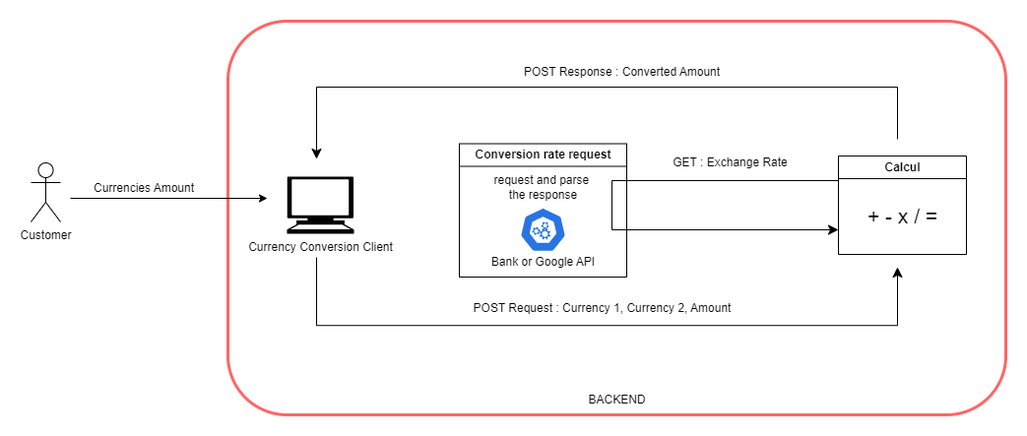
This is Documentation/CurrencyConverter_Diagram.png from omayma-el/Converting-Microservice, a draw.io export, as it was before one commit. Source tidied: cells renumbered, new cells last; positions are measured from the earlier drawing's top-left corner, leaving out a move shared by most shapes. Source of this version:
```xml
<mxGraphModel>
  <root>
    <mxCell id="0" />
    <mxCell id="1" parent="0" />
    <mxCell id="2" style="rounded=1;whiteSpace=wrap;html=1;strokeColor=#FF6666;fillColor=none;strokeWidth=3;" parent="1" vertex="1">
      <mxGeometry x="200" width="790" height="400" as="geometry" />
    </mxCell>
    <mxCell id="3" value="Customer&lt;div&gt;&lt;br&gt;&lt;/div&gt;" style="shape=umlActor;verticalLabelPosition=bottom;verticalAlign=top;html=1;" parent="1" vertex="1">
      <mxGeometry y="144" width="30" height="60" as="geometry" />
    </mxCell>
    <mxCell id="4" value="Calcul" style="swimlane;html=1;" parent="1" vertex="1">
      <mxGeometry x="820" y="137" width="130" height="100" as="geometry" />
    </mxCell>
    <mxCell id="5" value="&lt;font style=&quot;font-size: 21px;&quot;&gt;+ - x / =&lt;/font&gt;" style="text;html=1;align=center;verticalAlign=middle;strokeColor=none;fillColor=none;" parent="4" vertex="1">
      <mxGeometry x="20" y="40.6" width="90" height="40" as="geometry" />
    </mxCell>
    <mxCell id="6" value="Conversion rate request" style="swimlane;html=1;" parent="1" vertex="1">
      <mxGeometry x="435" y="124.5" width="170" height="135.5" as="geometry" />
    </mxCell>
    <mxCell id="7" style="sketch=0;html=1;dashed=0;whitespace=wrap;verticalLabelPosition=bottom;verticalAlign=top;fillColor=#2875E2;strokeColor=#ffffff;shape=mxgraph.kubernetes.icon2;prIcon=api;" parent="6" vertex="1">
      <mxGeometry x="61.3" y="64.7" width="47.3" height="45.4" as="geometry" />
    </mxCell>
    <mxCell id="8" value="Bank or Google API" style="text;html=1;align=center;verticalAlign=middle;strokeColor=none;fillColor=none;" parent="6" vertex="1">
      <mxGeometry x="20" y="105.5" width="130" height="30" as="geometry" />
    </mxCell>
    <mxCell id="9" value="request and parse&amp;nbsp;&lt;div&gt;the response&lt;/div&gt;" style="text;html=1;align=center;verticalAlign=middle;strokeColor=none;fillColor=none;" parent="6" vertex="1">
      <mxGeometry x="25" y="24.7" width="120" height="40" as="geometry" />
    </mxCell>
    <mxCell id="10" style="edgeStyle=elbowEdgeStyle;elbow=vertical;endArrow=classic;html=1;curved=0;rounded=0;endSize=8;startSize=8;" parent="1" edge="1">
      <mxGeometry relative="1" as="geometry">
        <mxPoint x="290" y="240" as="sourcePoint" />
        <mxPoint x="880" y="250" as="targetPoint" />
        <Array as="points">
          <mxPoint x="438" y="309.2" />
        </Array>
      </mxGeometry>
    </mxCell>
    <mxCell id="11" value="POST Request : Currency 1, Currency 2, Amount" style="text;html=1;align=center;verticalAlign=middle;strokeColor=none;fillColor=none;" parent="1" vertex="1">
      <mxGeometry x="435" y="277.2" width="290" height="30" as="geometry" />
    </mxCell>
    <mxCell id="12" style="edgeStyle=elbowEdgeStyle;elbow=vertical;endArrow=classic;html=1;curved=0;rounded=0;endSize=8;startSize=8;" parent="1" edge="1">
      <mxGeometry relative="1" as="geometry">
        <mxPoint x="880" y="120" as="sourcePoint" />
        <mxPoint x="290" y="140" as="targetPoint" />
        <Array as="points">
          <mxPoint x="478" y="67" />
        </Array>
      </mxGeometry>
    </mxCell>
    <mxCell id="13" value="POST Response : Converted Amount" style="text;html=1;align=center;verticalAlign=middle;strokeColor=none;fillColor=none;shadow=1;" parent="1" vertex="1">
      <mxGeometry x="490" y="37" width="220" height="30" as="geometry" />
    </mxCell>
    <mxCell id="14" value="Currency Conversion Client" style="shape=mxgraph.signs.tech.computer;html=1;fillColor=#000000;strokeColor=none;verticalLabelPosition=bottom;verticalAlign=top;align=center;" parent="1" vertex="1">
      <mxGeometry x="260" y="158" width="68" height="58" as="geometry" />
    </mxCell>
    <mxCell id="15" value="BACKEND" style="text;html=1;align=center;verticalAlign=middle;strokeColor=none;fillColor=none;" parent="1" vertex="1">
      <mxGeometry x="555" y="370" width="80" height="30" as="geometry" />
    </mxCell>
    <mxCell id="16" style="edgeStyle=elbowEdgeStyle;elbow=vertical;endArrow=classic;html=1;curved=0;rounded=0;endSize=8;startSize=8;exitX=0;exitY=0.25;exitDx=0;exitDy=0;entryX=0;entryY=0.75;entryDx=0;entryDy=0;" parent="1" edge="1" source="4" target="4">
      <mxGeometry relative="1" as="geometry">
        <Array as="points">
          <mxPoint x="590" y="187" />
          <mxPoint x="630" y="200" />
        </Array>
      </mxGeometry>
    </mxCell>
    <mxCell id="17" value="GET : Exchange Rate" style="text;html=1;align=center;verticalAlign=middle;strokeColor=none;fillColor=none;" parent="1" vertex="1">
      <mxGeometry x="640" y="129" width="140" height="30" as="geometry" />
    </mxCell>
    <mxCell id="18" style="endArrow=classic;html=1;rounded=0;" parent="1" edge="1">
      <mxGeometry relative="1" as="geometry">
        <mxPoint x="40" y="180" as="sourcePoint" />
        <mxPoint x="240" y="180" as="targetPoint" />
      </mxGeometry>
    </mxCell>
    <mxCell id="19" value="&lt;span style=&quot;text-wrap: nowrap;&quot;&gt;Currencies&amp;nbsp;&lt;/span&gt;&lt;span style=&quot;background-color: initial; text-wrap: nowrap;&quot;&gt;Amount&lt;/span&gt;" style="text;html=1;align=center;verticalAlign=middle;whiteSpace=wrap;rounded=0;" parent="1" vertex="1">
      <mxGeometry x="60" y="137" width="110" height="65.5" as="geometry" />
    </mxCell>
  </root>
</mxGraphModel>
```
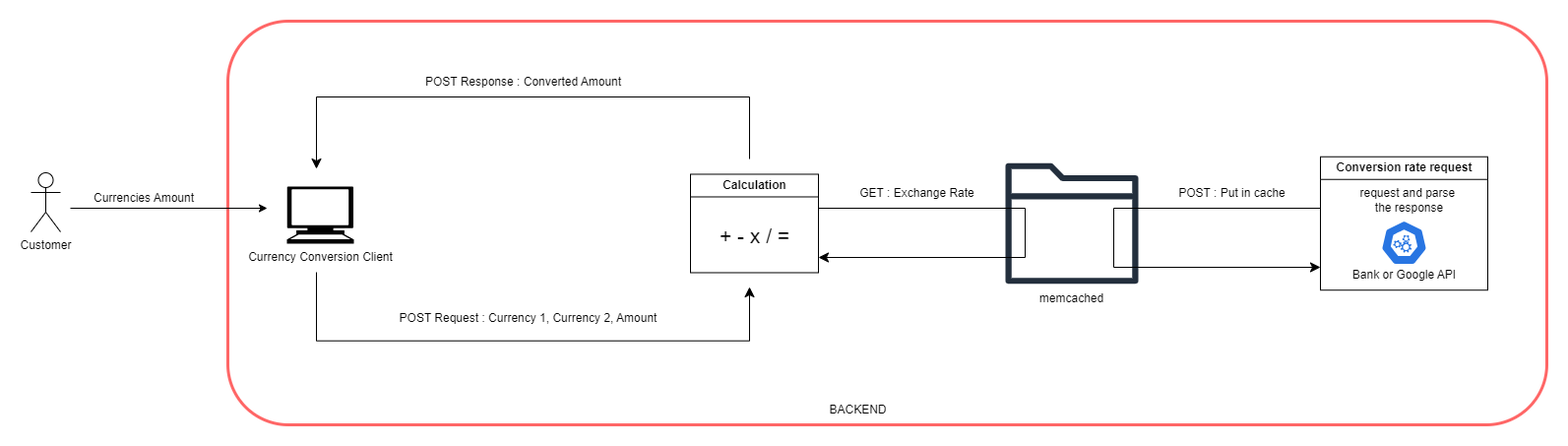
After the change.

What changed in the source:
```diff
@@ -3,19 +3,22 @@
     <mxCell id="0" />
     <mxCell id="1" parent="0" />
     <mxCell id="2" style="rounded=1;whiteSpace=wrap;html=1;strokeColor=#FF6666;fillColor=none;strokeWidth=3;" parent="1" vertex="1">
-      <mxGeometry x="200" width="790" height="400" as="geometry" />
+      <mxGeometry x="200" y="-10" width="1340" height="410" as="geometry" />
     </mxCell>
+    <mxCell id="20" style="sketch=0;fontColor=#232F3E;gradientColor=none;fillColor=#232F3D;strokeColor=none;dashed=0;verticalLabelPosition=bottom;verticalAlign=top;align=center;html=1;fontSize=12;fontStyle=0;shape=mxgraph.aws4.folder;" parent="1" vertex="1">
+      <mxGeometry x="990" y="134.1" width="134.9" height="122.8" as="geometry" />
+    </mxCell>
     <mxCell id="3" value="Customer&lt;div&gt;&lt;br&gt;&lt;/div&gt;" style="shape=umlActor;verticalLabelPosition=bottom;verticalAlign=top;html=1;" parent="1" vertex="1">
       <mxGeometry y="144" width="30" height="60" as="geometry" />
     </mxCell>
-    <mxCell id="4" value="Calcul" style="swimlane;html=1;" parent="1" vertex="1">
-      <mxGeometry x="820" y="137" width="130" height="100" as="geometry" />
+    <mxCell id="4" value="Calculation" style="swimlane;html=1;" parent="1" vertex="1">
+      <mxGeometry x="670" y="145.5" width="130" height="100" as="geometry" />
     </mxCell>
     <mxCell id="5" value="&lt;font style=&quot;font-size: 21px;&quot;&gt;+ - x / =&lt;/font&gt;" style="text;html=1;align=center;verticalAlign=middle;strokeColor=none;fillColor=none;" parent="4" vertex="1">
-      <mxGeometry x="20" y="40.6" width="90" height="40" as="geometry" />
+      <mxGeometry x="20" y="42.5" width="90" height="40" as="geometry" />
     </mxCell>
     <mxCell id="6" value="Conversion rate request" style="swimlane;html=1;" parent="1" vertex="1">
-      <mxGeometry x="435" y="124.5" width="170" height="135.5" as="geometry" />
+      <mxGeometry x="1310" y="127.7" width="170" height="135.5" as="geometry" />
     </mxCell>
     <mxCell id="7" style="sketch=0;html=1;dashed=0;whitespace=wrap;verticalLabelPosition=bottom;verticalAlign=top;fillColor=#2875E2;strokeColor=#ffffff;shape=mxgraph.kubernetes.icon2;prIcon=api;" parent="6" vertex="1">
       <mxGeometry x="61.3" y="64.7" width="47.3" height="45.4" as="geometry" />
@@ -24,23 +27,23 @@
       <mxGeometry x="20" y="105.5" width="130" height="30" as="geometry" />
     </mxCell>
     <mxCell id="9" value="request and parse&amp;nbsp;&lt;div&gt;the response&lt;/div&gt;" style="text;html=1;align=center;verticalAlign=middle;strokeColor=none;fillColor=none;" parent="6" vertex="1">
-      <mxGeometry x="25" y="24.7" width="120" height="40" as="geometry" />
+      <mxGeometry x="30" y="24.7" width="120" height="40" as="geometry" />
     </mxCell>
     <mxCell id="10" style="edgeStyle=elbowEdgeStyle;elbow=vertical;endArrow=classic;html=1;curved=0;rounded=0;endSize=8;startSize=8;" parent="1" edge="1">
       <mxGeometry relative="1" as="geometry">
-        <mxPoint x="290" y="240" as="sourcePoint" />
-        <mxPoint x="880" y="250" as="targetPoint" />
+        <mxPoint x="290" y="245" as="sourcePoint" />
+        <mxPoint x="730" y="260" as="targetPoint" />
         <Array as="points">
-          <mxPoint x="438" y="309.2" />
+          <mxPoint x="423" y="314.7" />
         </Array>
       </mxGeometry>
     </mxCell>
     <mxCell id="11" value="POST Request : Currency 1, Currency 2, Amount" style="text;html=1;align=center;verticalAlign=middle;strokeColor=none;fillColor=none;" parent="1" vertex="1">
-      <mxGeometry x="435" y="277.2" width="290" height="30" as="geometry" />
+      <mxGeometry x="360" y="277.2" width="290" height="30" as="geometry" />
     </mxCell>
     <mxCell id="12" style="edgeStyle=elbowEdgeStyle;elbow=vertical;endArrow=classic;html=1;curved=0;rounded=0;endSize=8;startSize=8;" parent="1" edge="1">
       <mxGeometry relative="1" as="geometry">
-        <mxPoint x="880" y="120" as="sourcePoint" />
+        <mxPoint x="730" y="130" as="sourcePoint" />
         <mxPoint x="290" y="140" as="targetPoint" />
         <Array as="points">
           <mxPoint x="478" y="67" />
@@ -48,24 +51,16 @@
       </mxGeometry>
     </mxCell>
     <mxCell id="13" value="POST Response : Converted Amount" style="text;html=1;align=center;verticalAlign=middle;strokeColor=none;fillColor=none;shadow=1;" parent="1" vertex="1">
-      <mxGeometry x="490" y="37" width="220" height="30" as="geometry" />
+      <mxGeometry x="390" y="37" width="220" height="30" as="geometry" />
     </mxCell>
     <mxCell id="14" value="Currency Conversion Client" style="shape=mxgraph.signs.tech.computer;html=1;fillColor=#000000;strokeColor=none;verticalLabelPosition=bottom;verticalAlign=top;align=center;" parent="1" vertex="1">
       <mxGeometry x="260" y="158" width="68" height="58" as="geometry" />
     </mxCell>
     <mxCell id="15" value="BACKEND" style="text;html=1;align=center;verticalAlign=middle;strokeColor=none;fillColor=none;" parent="1" vertex="1">
-      <mxGeometry x="555" y="370" width="80" height="30" as="geometry" />
+      <mxGeometry x="800" y="370" width="80" height="30" as="geometry" />
     </mxCell>
-    <mxCell id="16" style="edgeStyle=elbowEdgeStyle;elbow=vertical;endArrow=classic;html=1;curved=0;rounded=0;endSize=8;startSize=8;exitX=0;exitY=0.25;exitDx=0;exitDy=0;entryX=0;entryY=0.75;entryDx=0;entryDy=0;" parent="1" edge="1" source="4" target="4">
-      <mxGeometry relative="1" as="geometry">
-        <Array as="points">
-          <mxPoint x="590" y="187" />
-          <mxPoint x="630" y="200" />
-        </Array>
-      </mxGeometry>
-    </mxCell>
     <mxCell id="17" value="GET : Exchange Rate" style="text;html=1;align=center;verticalAlign=middle;strokeColor=none;fillColor=none;" parent="1" vertex="1">
-      <mxGeometry x="640" y="129" width="140" height="30" as="geometry" />
+      <mxGeometry x="830" y="150" width="140" height="30" as="geometry" />
     </mxCell>
     <mxCell id="18" style="endArrow=classic;html=1;rounded=0;" parent="1" edge="1">
       <mxGeometry relative="1" as="geometry">
@@ -76,5 +71,29 @@
     <mxCell id="19" value="&lt;span style=&quot;text-wrap: nowrap;&quot;&gt;Currencies&amp;nbsp;&lt;/span&gt;&lt;span style=&quot;background-color: initial; text-wrap: nowrap;&quot;&gt;Amount&lt;/span&gt;" style="text;html=1;align=center;verticalAlign=middle;whiteSpace=wrap;rounded=0;" parent="1" vertex="1">
       <mxGeometry x="60" y="137" width="110" height="65.5" as="geometry" />
     </mxCell>
+    <mxCell id="21" style="edgeStyle=elbowEdgeStyle;endArrow=classic;html=1;rounded=0;endSize=8;startSize=8;" parent="1" edge="1">
+      <mxGeometry relative="1" as="geometry">
+        <mxPoint x="800" y="180" as="sourcePoint" />
+        <mxPoint x="800" y="230" as="targetPoint" />
+        <Array as="points">
+          <mxPoint x="1010" y="200" />
+        </Array>
+      </mxGeometry>
+    </mxCell>
+    <mxCell id="22" style="edgeStyle=elbowEdgeStyle;endArrow=classic;html=1;rounded=0;endSize=8;startSize=8;" parent="1" edge="1">
+      <mxGeometry relative="1" as="geometry">
+        <mxPoint x="1310" y="180" as="sourcePoint" />
+        <mxPoint x="1310" y="240" as="targetPoint" />
+        <Array as="points">
+          <mxPoint x="1100" y="210" />
+        </Array>
+      </mxGeometry>
+    </mxCell>
+    <mxCell id="23" value="POST : Put in cache" style="text;html=1;align=center;verticalAlign=middle;strokeColor=none;fillColor=none;" parent="1" vertex="1">
+      <mxGeometry x="1155" y="150" width="130" height="30" as="geometry" />
+    </mxCell>
+    <mxCell id="24" value="memcached" style="text;html=1;align=center;verticalAlign=middle;strokeColor=none;fillColor=none;" parent="1" vertex="1">
+      <mxGeometry x="1012.4" y="256.9" width="90" height="30" as="geometry" />
+    </mxCell>
   </root>
 </mxGraphModel>
```
